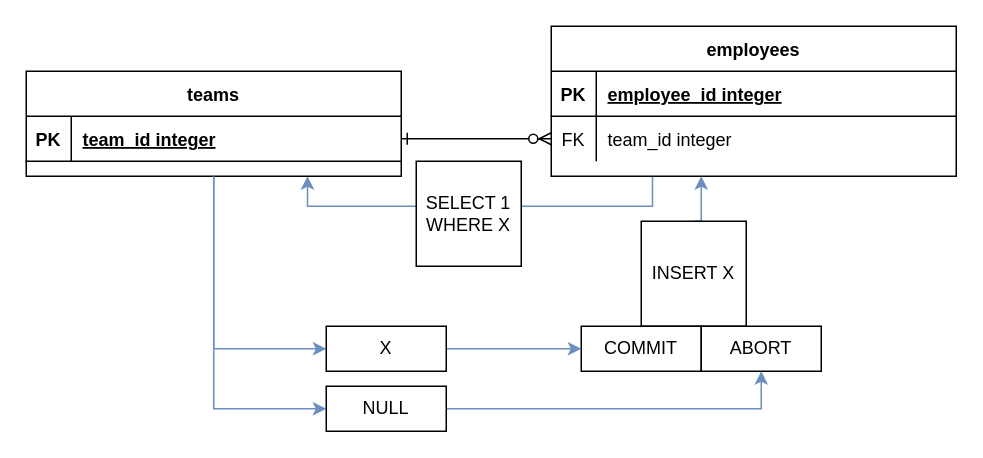
The draw.io diagram PKcheck.drawio in mackchay/pg_FKtest, before the edit. Source tidied: cells renumbered, new cells numbered last; positions are measured from the earlier drawing's top-left corner, leaving out a move shared by most shapes. Both pictures are drawn from the tidied source at 150%, with x=0, y=0 at pixel (26, 26).
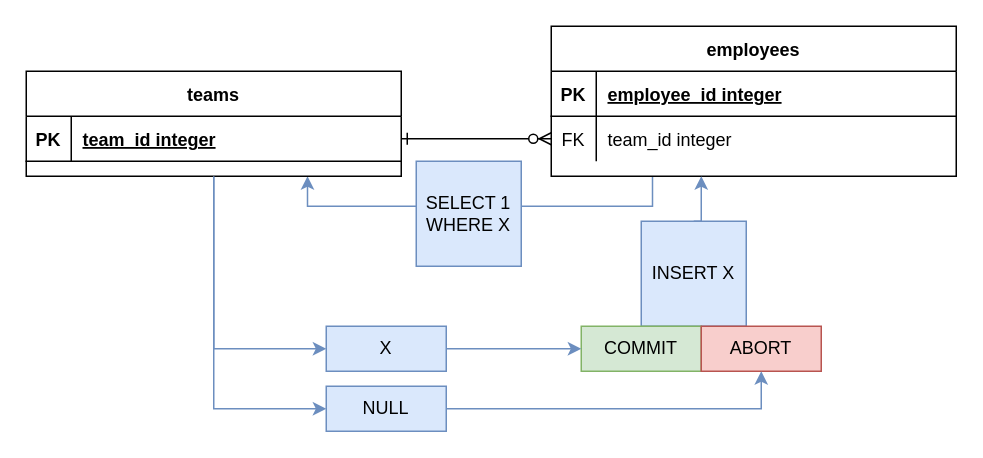
The same page after the edit.

What changed in the source:
```diff
@@
-    <mxCell id="17" value="INSERT X" style="whiteSpace=wrap;html=1;" parent="1" vertex="1">
+    <mxCell id="17" value="INSERT X" style="whiteSpace=wrap;html=1;fillColor=#dae8fc;strokeColor=#6c8ebf;" parent="1" vertex="1">
       <mxGeometry x="410" y="130" width="70" height="70" as="geometry" />
     </mxCell>
-    <mxCell id="18" value="SELECT 1&lt;div&gt;WHERE X&lt;/div&gt;" style="whiteSpace=wrap;html=1;" parent="1" vertex="1">
+    <mxCell id="18" value="SELECT 1&lt;div&gt;WHERE X&lt;/div&gt;" style="whiteSpace=wrap;html=1;fillColor=#dae8fc;strokeColor=#6c8ebf;" parent="1" vertex="1">
       <mxGeometry x="260" y="90" width="70" height="70" as="geometry" />
     </mxCell>
-    <mxCell id="19" value="COMMIT" style="rounded=0;whiteSpace=wrap;html=1;" parent="1" vertex="1">
+    <mxCell id="19" value="COMMIT" style="rounded=0;whiteSpace=wrap;html=1;fillColor=#d5e8d4;strokeColor=#82b366;" parent="1" vertex="1">
       <mxGeometry x="370" y="200" width="80" height="30" as="geometry" />
     </mxCell>
-    <mxCell id="20" value="ABORT" style="rounded=0;whiteSpace=wrap;html=1;" parent="1" vertex="1">
+    <mxCell id="20" value="ABORT" style="rounded=0;whiteSpace=wrap;html=1;fillColor=#f8cecc;strokeColor=#b85450;" parent="1" vertex="1">
       <mxGeometry x="450" y="200" width="80" height="30" as="geometry" />
     </mxCell>
@@
-    <mxCell id="23" value="X" style="rounded=0;whiteSpace=wrap;html=1;" parent="1" vertex="1">
+    <mxCell id="23" value="X" style="rounded=0;whiteSpace=wrap;html=1;fillColor=#dae8fc;strokeColor=#6c8ebf;" parent="1" vertex="1">
       <mxGeometry x="200" y="200" width="80" height="30" as="geometry" />
     </mxCell>
@@
-    <mxCell id="25" value="NULL" style="rounded=0;whiteSpace=wrap;html=1;" parent="1" vertex="1">
+    <mxCell id="25" value="NULL" style="rounded=0;whiteSpace=wrap;html=1;fillColor=#dae8fc;strokeColor=#6c8ebf;" parent="1" vertex="1">
       <mxGeometry x="200" y="240" width="80" height="30" as="geometry" />
     </mxCell>
```
